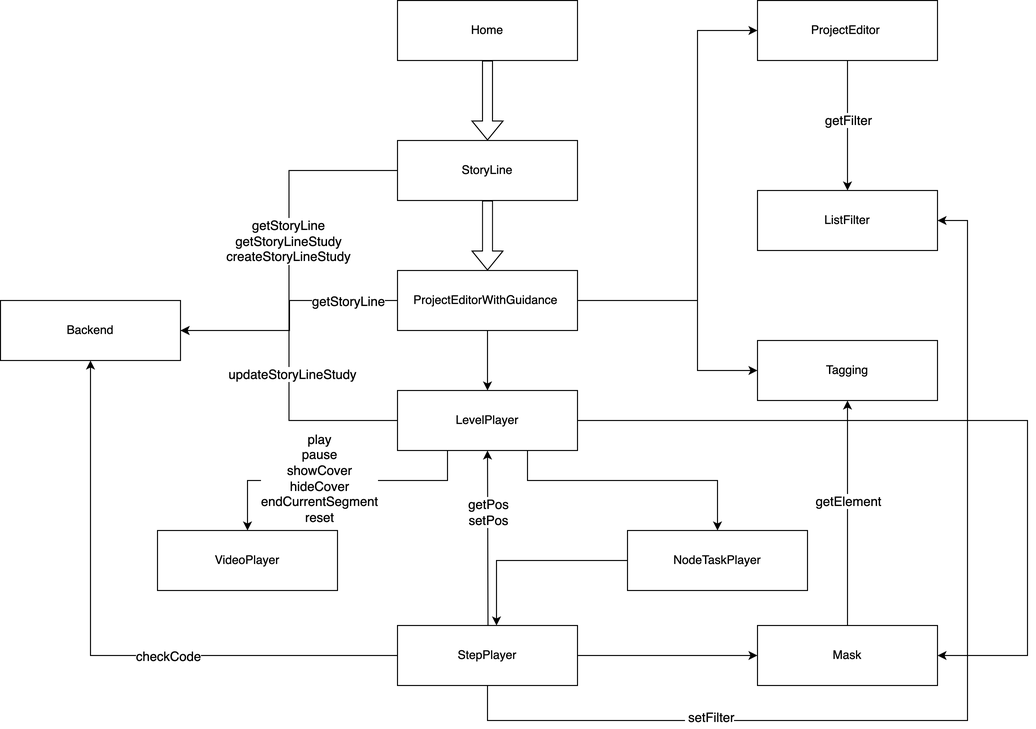
The draw.io diagram docs/develop/guidance/assets/guidance-architecture.png in goplus/builder, before a commit. Source tidied: cells renumbered, new cells last; positions are measured from the earlier drawing's top-left corner, leaving out a move shared by most shapes.
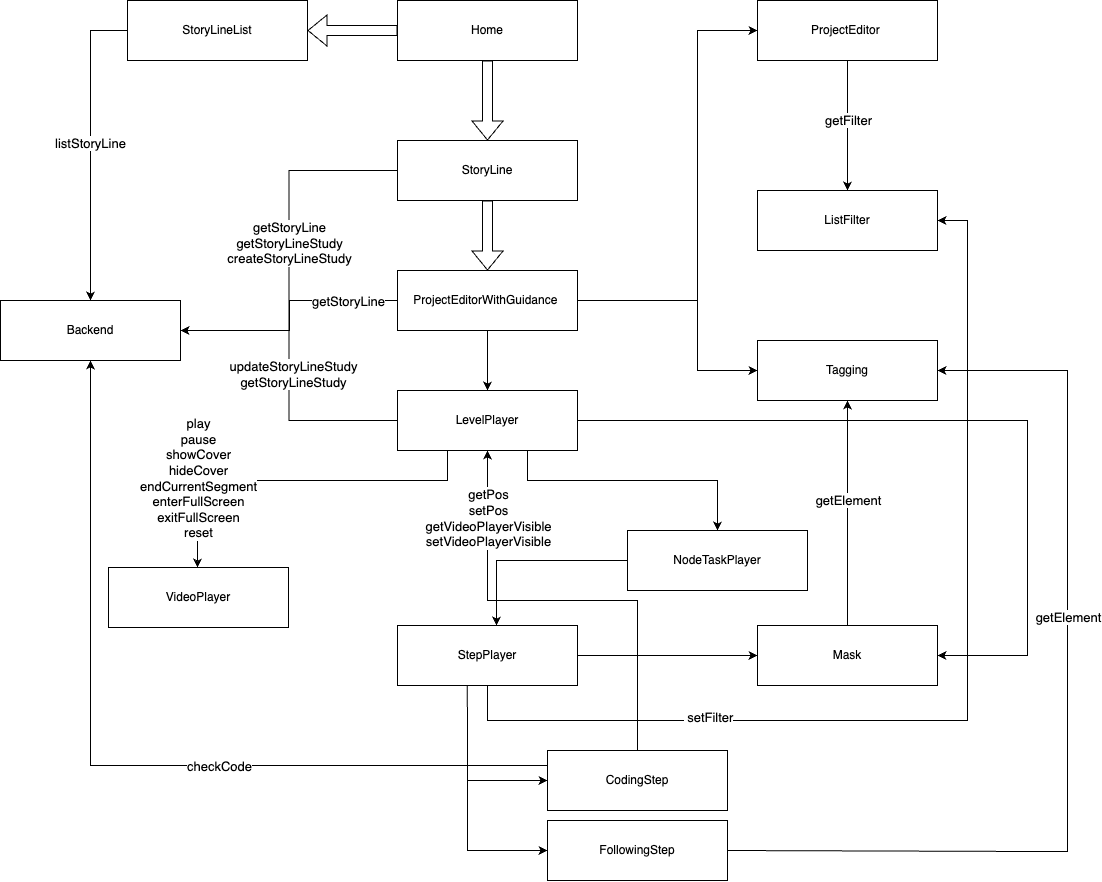
The same diagram one commit later.

What changed in the source:
```diff
@@ -54,7 +54,7 @@
     <mxCell id="12" style="edgeStyle=orthogonalEdgeStyle;rounded=0;jettySize=auto;html=1;entryX=1;entryY=0.5;entryDx=0;entryDy=0;" parent="1" edge="1" source="19" target="35">
       <mxGeometry relative="1" as="geometry" />
     </mxCell>
-    <mxCell id="13" value="updateStoryLineStudy" style="edgeLabel;html=1;align=center;verticalAlign=middle;fontSize=13;" parent="12" vertex="1">
+    <mxCell id="13" value="updateStoryLineStudy&lt;div&gt;getStoryLineStudy&lt;/div&gt;" style="edgeLabel;html=1;align=center;verticalAlign=middle;fontSize=13;" parent="12" vertex="1">
       <mxGeometry x="0.01" y="-3" relative="1" as="geometry" />
     </mxCell>
     <mxCell id="14" style="edgeStyle=orthogonalEdgeStyle;rounded=0;jettySize=auto;html=1;exitX=0.5;exitY=1;exitDx=0;exitDy=0;entryX=0.5;entryY=0;entryDx=0;entryDy=0;" parent="1" edge="1" source="19" target="34">
@@ -62,13 +62,14 @@
         <Array as="points">
           <mxPoint x="447" y="450" />
           <mxPoint x="447" y="480" />
-          <mxPoint x="247" y="480" />
+          <mxPoint x="197" y="480" />
+          <mxPoint x="197" y="567" />
         </Array>
       </mxGeometry>
     </mxCell>
-    <mxCell id="15" value="&lt;div&gt;play&lt;br&gt;pause&lt;br&gt;showCover&lt;br&gt;hideCover&lt;/div&gt;&lt;div&gt;endCurrentSegment&lt;br&gt;reset&lt;/div&gt;" style="edgeLabel;html=1;align=center;verticalAlign=middle;fontSize=13;" parent="14" vertex="1">
+    <mxCell id="15" value="&lt;div&gt;play&lt;br&gt;pause&lt;br&gt;showCover&lt;br&gt;hideCover&lt;/div&gt;&lt;div&gt;endCurrentSegment&lt;br&gt;enterFullScreen&lt;/div&gt;&lt;div&gt;exitFullScreen&lt;/div&gt;&lt;div&gt;reset&lt;/div&gt;" style="edgeLabel;html=1;align=center;verticalAlign=middle;fontSize=13;" parent="14" vertex="1">
       <mxGeometry x="0.03" y="-1" relative="1" as="geometry">
-        <mxPoint x="-35" y="-2" as="offset" />
+        <mxPoint x="-111" y="-2" as="offset" />
       </mxGeometry>
     </mxCell>
     <mxCell id="16" style="edgeStyle=orthogonalEdgeStyle;rounded=0;jettySize=auto;html=1;entryX=0.5;entryY=0;entryDx=0;entryDy=0;" parent="1" edge="1" target="25">
@@ -119,21 +120,21 @@
     <mxCell id="25" value="NodeTaskPlayer" style="rounded=0;whiteSpace=wrap;html=1;" parent="1" vertex="1">
       <mxGeometry x="627" y="530" width="180" height="60" as="geometry" />
     </mxCell>
-    <mxCell id="26" style="edgeStyle=orthogonalEdgeStyle;rounded=0;orthogonalLoop=1;jettySize=auto;html=1;exitX=0.5;exitY=0;exitDx=0;exitDy=0;" parent="1" edge="1">
+    <mxCell id="26" style="edgeStyle=orthogonalEdgeStyle;rounded=0;jettySize=auto;html=1;exitX=0.5;exitY=0;exitDx=0;exitDy=0;" parent="1" edge="1" source="41">
       <mxGeometry relative="1" as="geometry">
-        <mxPoint x="487.5" y="625" as="sourcePoint" />
         <mxPoint x="487" y="450" as="targetPoint" />
         <Array as="points">
-          <mxPoint x="486.5" y="625" />
+          <mxPoint x="637" y="600" />
+          <mxPoint x="487" y="600" />
         </Array>
       </mxGeometry>
     </mxCell>
-    <mxCell id="27" value="&lt;div&gt;getPos&lt;div&gt;setPos&lt;/div&gt;&lt;/div&gt;" style="edgeLabel;html=1;align=center;verticalAlign=middle;fontSize=13;" parent="26" vertex="1">
+    <mxCell id="27" value="&lt;div&gt;getPos&lt;div&gt;setPos&lt;/div&gt;&lt;/div&gt;&lt;div&gt;getVideoPlayerVisible&lt;/div&gt;&lt;div&gt;setVideoPlayerVisible&lt;/div&gt;" style="edgeLabel;html=1;align=center;verticalAlign=middle;fontSize=13;" parent="26" vertex="1">
       <mxGeometry x="0.16" y="2" relative="1" as="geometry">
-        <mxPoint x="2" y="-12" as="offset" />
+        <mxPoint x="-40" y="-85" as="offset" />
       </mxGeometry>
     </mxCell>
-    <mxCell id="28" style="edgeStyle=orthogonalEdgeStyle;rounded=0;jettySize=auto;html=1;entryX=0.5;entryY=1;entryDx=0;entryDy=0;" parent="1" edge="1" source="33" target="35">
+    <mxCell id="28" style="edgeStyle=orthogonalEdgeStyle;rounded=0;jettySize=auto;html=1;entryX=0.5;entryY=1;entryDx=0;entryDy=0;exitX=0;exitY=0.25;exitDx=0;exitDy=0;" parent="1" edge="1" source="41" target="35">
       <mxGeometry relative="1" as="geometry" />
     </mxCell>
     <mxCell id="29" value="checkCode" style="edgeLabel;html=1;align=center;verticalAlign=middle;fontSize=13;" parent="28" vertex="1">
@@ -162,7 +163,7 @@
       <mxGeometry x="397" y="625" width="180" height="60" as="geometry" />
     </mxCell>
     <mxCell id="34" value="VideoPlayer" style="rounded=0;whiteSpace=wrap;html=1;" parent="1" vertex="1">
-      <mxGeometry x="157" y="530" width="180" height="60" as="geometry" />
+      <mxGeometry x="108" y="567" width="180" height="60" as="geometry" />
     </mxCell>
     <mxCell id="35" value="Backend" style="rounded=0;whiteSpace=wrap;html=1;" parent="1" vertex="1">
       <mxGeometry y="300" width="180" height="60" as="geometry" />
@@ -184,5 +185,54 @@
     <mxCell id="40" value="ProjectEditor&amp;nbsp;" style="rounded=0;whiteSpace=wrap;html=1;" parent="1" vertex="1">
       <mxGeometry x="757" width="180" height="60" as="geometry" />
     </mxCell>
+    <mxCell id="41" value="CodingStep" style="rounded=0;whiteSpace=wrap;html=1;" parent="1" vertex="1">
+      <mxGeometry x="547" y="750" width="180" height="60" as="geometry" />
+    </mxCell>
+    <mxCell id="42" value="FollowingStep" style="rounded=0;whiteSpace=wrap;html=1;" parent="1" vertex="1">
+      <mxGeometry x="547" y="820" width="180" height="60" as="geometry" />
+    </mxCell>
+    <mxCell id="43" style="endArrow=classic;html=1;rounded=0;entryX=0;entryY=0.5;entryDx=0;entryDy=0;exitX=0.388;exitY=1.007;exitDx=0;exitDy=0;exitPerimeter=0;" parent="1" edge="1" source="33" target="41">
+      <mxGeometry relative="1" as="geometry">
+        <Array as="points">
+          <mxPoint x="467" y="780" />
+        </Array>
+      </mxGeometry>
+    </mxCell>
+    <mxCell id="44" style="endArrow=classic;html=1;rounded=0;entryX=0;entryY=0.5;entryDx=0;entryDy=0;" parent="1" edge="1" target="42">
+      <mxGeometry relative="1" as="geometry">
+        <mxPoint x="467" y="780" as="sourcePoint" />
+        <Array as="points">
+          <mxPoint x="467" y="850" />
+        </Array>
+      </mxGeometry>
+    </mxCell>
+    <mxCell id="45" style="edgeStyle=orthogonalEdgeStyle;rounded=0;jettySize=auto;html=1;entryX=1;entryY=0.5;entryDx=0;entryDy=0;" parent="1" edge="1" target="21">
+      <mxGeometry relative="1" as="geometry">
+        <mxPoint x="727" y="850" as="sourcePoint" />
+        <Array as="points">
+          <mxPoint x="1067" y="851" />
+          <mxPoint x="1067" y="370" />
+        </Array>
+      </mxGeometry>
+    </mxCell>
+    <mxCell id="46" value="&lt;div&gt;getElement&lt;/div&gt;" style="edgeLabel;html=1;align=center;verticalAlign=middle;fontSize=13;" parent="45" vertex="1">
+      <mxGeometry x="0.24" y="1" relative="1" as="geometry">
+        <mxPoint x="1" y="14" as="offset" />
+      </mxGeometry>
+    </mxCell>
+    <mxCell id="47" value="StoryLineList" style="rounded=0;whiteSpace=wrap;html=1;" parent="1" vertex="1">
+      <mxGeometry x="127" width="180" height="60" as="geometry" />
+    </mxCell>
+    <mxCell id="48" style="shape=flexArrow;endArrow=classic;html=1;rounded=0;entryX=1;entryY=0.5;entryDx=0;entryDy=0;exitX=0;exitY=0.5;exitDx=0;exitDy=0;" parent="1" edge="1" source="37" target="47">
+      <mxGeometry relative="1" as="geometry" />
+    </mxCell>
+    <mxCell id="49" style="edgeStyle=orthogonalEdgeStyle;rounded=0;jettySize=auto;html=1;entryX=0.5;entryY=0;entryDx=0;entryDy=0;exitX=0;exitY=0.5;exitDx=0;exitDy=0;" parent="1" edge="1" source="47" target="35">
+      <mxGeometry relative="1" as="geometry" />
+    </mxCell>
+    <mxCell id="50" value="listStoryLine" style="edgeLabel;html=1;align=center;verticalAlign=middle;fontSize=13;" parent="49" vertex="1">
+      <mxGeometry x="-0.11" y="-1" relative="1" as="geometry">
+        <mxPoint y="11" as="offset" />
+      </mxGeometry>
+    </mxCell>
   </root>
 </mxGraphModel>
```
